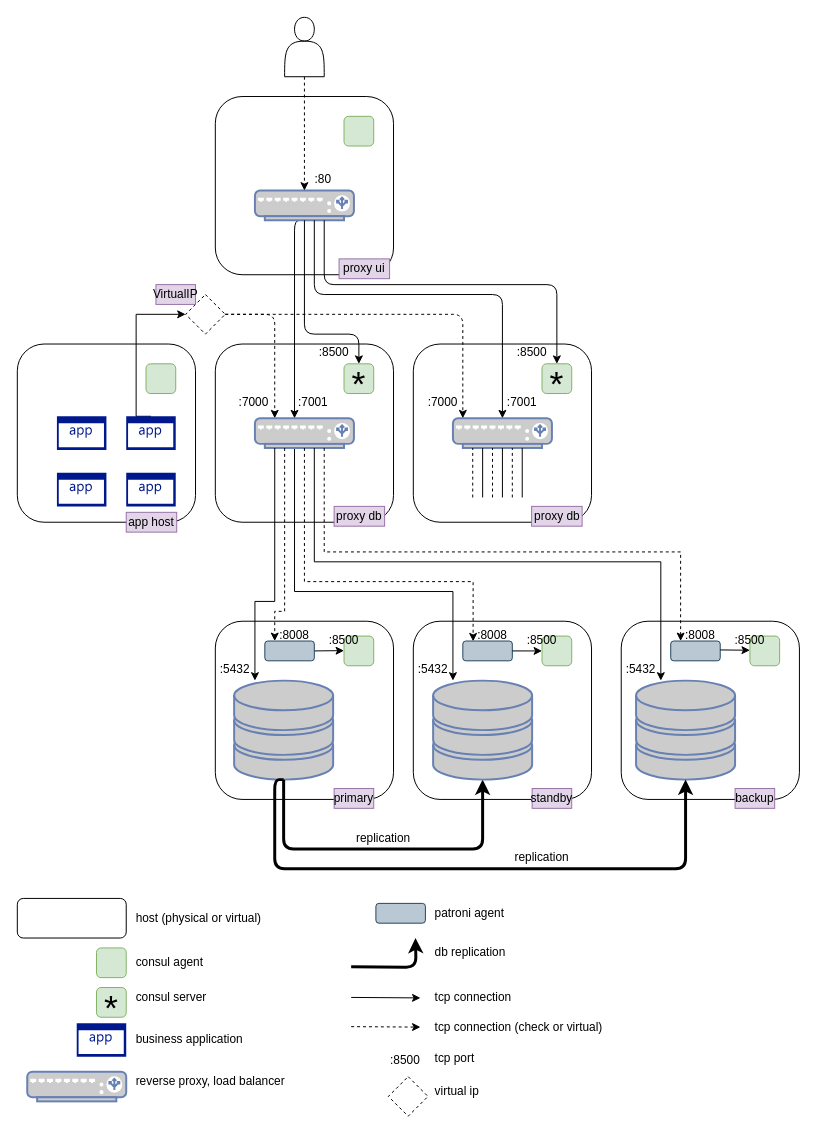
Arnauld/schema keeps this draw.io diagram as arch/networks.drawio. Above is the earlier version. Source tidied: cells renumbered, new cells numbered last; positions are measured from the earlier drawing's top-left corner, leaving out a move shared by most shapes. Both pictures are drawn from the tidied source at 99%, with x=0, y=0 at pixel (17, 17).
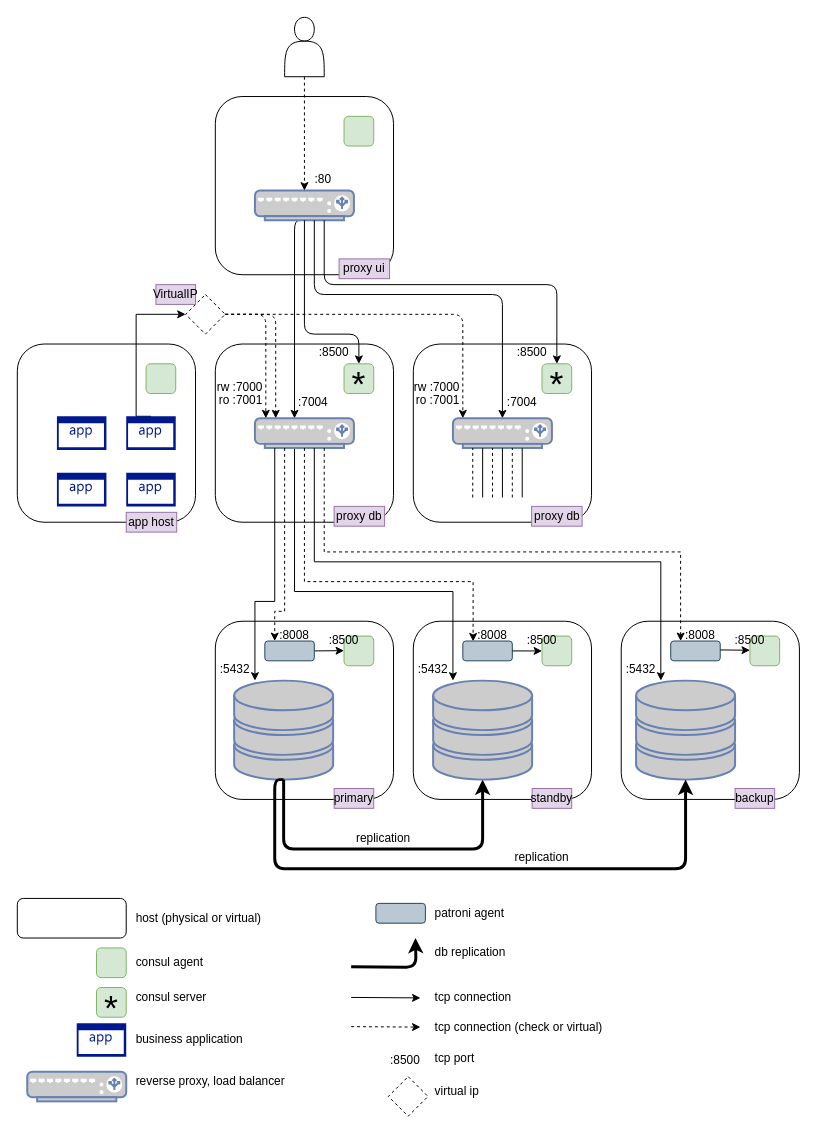
The same diagram, later.

Commit message:
Adjut ports (ro,rw) networks.drawio

Unchanged cells that the change refers to:
```xml
<mxCell id="12" style="fontColor=#0066CC;verticalAlign=top;verticalLabelPosition=bottom;labelPosition=center;align=center;html=1;outlineConnect=0;fillColor=#CCCCCC;strokeColor=#6881B3;gradientColor=none;gradientDirection=north;strokeWidth=2;shape=mxgraph.networks.load_balancer;" parent="1" vertex="1">
  <mxGeometry x="240" y="405" width="100" height="30" as="geometry" />
</mxCell>
<mxCell id="88" style="rhombus;whiteSpace=wrap;html=1;fillColor=#ffffff;dashed=1;" parent="1" vertex="1">
  <mxGeometry x="170" y="280" width="40" height="40" as="geometry" />
</mxCell>
```

What changed in the source:
```diff
@@
-    <mxCell id="44" value="&lt;font style=&quot;font-size: 12px&quot;&gt;:7000&lt;/font&gt;" style="text;html=1;strokeColor=none;fillColor=none;align=center;verticalAlign=middle;whiteSpace=wrap;rounded=0;fontSize=36;" parent="1" vertex="1">
-      <mxGeometry x="219" y="370" width="40" height="20" as="geometry" />
+    <mxCell id="44" value="&lt;font style=&quot;font-size: 12px&quot;&gt;rw :7000&lt;br&gt;&lt;/font&gt;" style="text;html=1;strokeColor=none;fillColor=none;align=right;verticalAlign=middle;whiteSpace=wrap;rounded=0;fontSize=36;" parent="1" vertex="1">
+      <mxGeometry x="191" y="352.5" width="59" height="25" as="geometry" />
     </mxCell>
@@
-    <mxCell id="50" value="&lt;font style=&quot;font-size: 12px&quot;&gt;:7000&lt;/font&gt;" style="text;html=1;strokeColor=none;fillColor=none;align=center;verticalAlign=middle;whiteSpace=wrap;rounded=0;fontSize=36;" parent="1" vertex="1">
-      <mxGeometry x="410" y="370" width="40" height="20" as="geometry" />
-    </mxCell>
@@
-    <mxCell id="78" value="&lt;font style=&quot;font-size: 12px&quot;&gt;:7001&lt;/font&gt;" style="text;html=1;strokeColor=none;fillColor=none;align=center;verticalAlign=middle;whiteSpace=wrap;rounded=0;fontSize=36;" parent="1" vertex="1">
+    <mxCell id="78" value="&lt;font style=&quot;font-size: 12px&quot;&gt;:7004&lt;/font&gt;" style="text;html=1;strokeColor=none;fillColor=none;align=center;verticalAlign=middle;whiteSpace=wrap;rounded=0;fontSize=36;" parent="1" vertex="1">
       <mxGeometry x="279" y="370" width="40" height="20" as="geometry" />
     </mxCell>
@@
     <mxCell id="87" style="edgeStyle=orthogonalEdgeStyle;rounded=1;jettySize=auto;html=1;exitX=1;exitY=0.5;exitDx=0;exitDy=0;dashed=1;" parent="1" edge="1" source="88" target="12">
       <mxGeometry relative="1" as="geometry">
         <Array as="points">
-          <mxPoint x="260" y="300" />
+          <mxPoint x="251" y="300" />
         </Array>
       </mxGeometry>
     </mxCell>
@@
-    <mxCell id="90" value="&lt;font style=&quot;font-size: 12px&quot;&gt;:7001&lt;/font&gt;" style="text;html=1;strokeColor=none;fillColor=none;align=center;verticalAlign=middle;whiteSpace=wrap;rounded=0;fontSize=36;" parent="1" vertex="1">
+    <mxCell id="90" value="&lt;font style=&quot;font-size: 12px&quot;&gt;:7004&lt;/font&gt;" style="text;html=1;strokeColor=none;fillColor=none;align=center;verticalAlign=middle;whiteSpace=wrap;rounded=0;fontSize=36;" parent="1" vertex="1">
       <mxGeometry x="490" y="370" width="40" height="20" as="geometry" />
     </mxCell>
@@
+    <mxCell id="107" style="edgeStyle=orthogonalEdgeStyle;rounded=1;jettySize=auto;html=1;dashed=1;exitX=1;exitY=0.5;exitDx=0;exitDy=0;" parent="1" edge="1" source="88" target="12">
+      <mxGeometry relative="1" as="geometry">
+        <Array as="points">
+          <mxPoint x="261" y="300" />
+        </Array>
+      </mxGeometry>
+    </mxCell>
+    <mxCell id="108" value="&lt;font style=&quot;font-size: 12px&quot;&gt;ro :7001&lt;br&gt;&lt;/font&gt;" style="text;html=1;strokeColor=none;fillColor=none;align=right;verticalAlign=middle;whiteSpace=wrap;rounded=0;fontSize=36;" parent="1" vertex="1">
+      <mxGeometry x="191" y="365" width="59" height="25" as="geometry" />
+    </mxCell>
+    <mxCell id="109" value="&lt;font style=&quot;font-size: 12px&quot;&gt;rw :7000&lt;br&gt;&lt;/font&gt;" style="text;html=1;strokeColor=none;fillColor=none;align=right;verticalAlign=middle;whiteSpace=wrap;rounded=0;fontSize=36;" parent="1" vertex="1">
+      <mxGeometry x="390" y="352.5" width="59" height="25" as="geometry" />
+    </mxCell>
+    <mxCell id="110" value="&lt;font style=&quot;font-size: 12px&quot;&gt;ro :7001&lt;br&gt;&lt;/font&gt;" style="text;html=1;strokeColor=none;fillColor=none;align=right;verticalAlign=middle;whiteSpace=wrap;rounded=0;fontSize=36;" parent="1" vertex="1">
+      <mxGeometry x="390" y="365" width="59" height="25" as="geometry" />
+    </mxCell>
```
